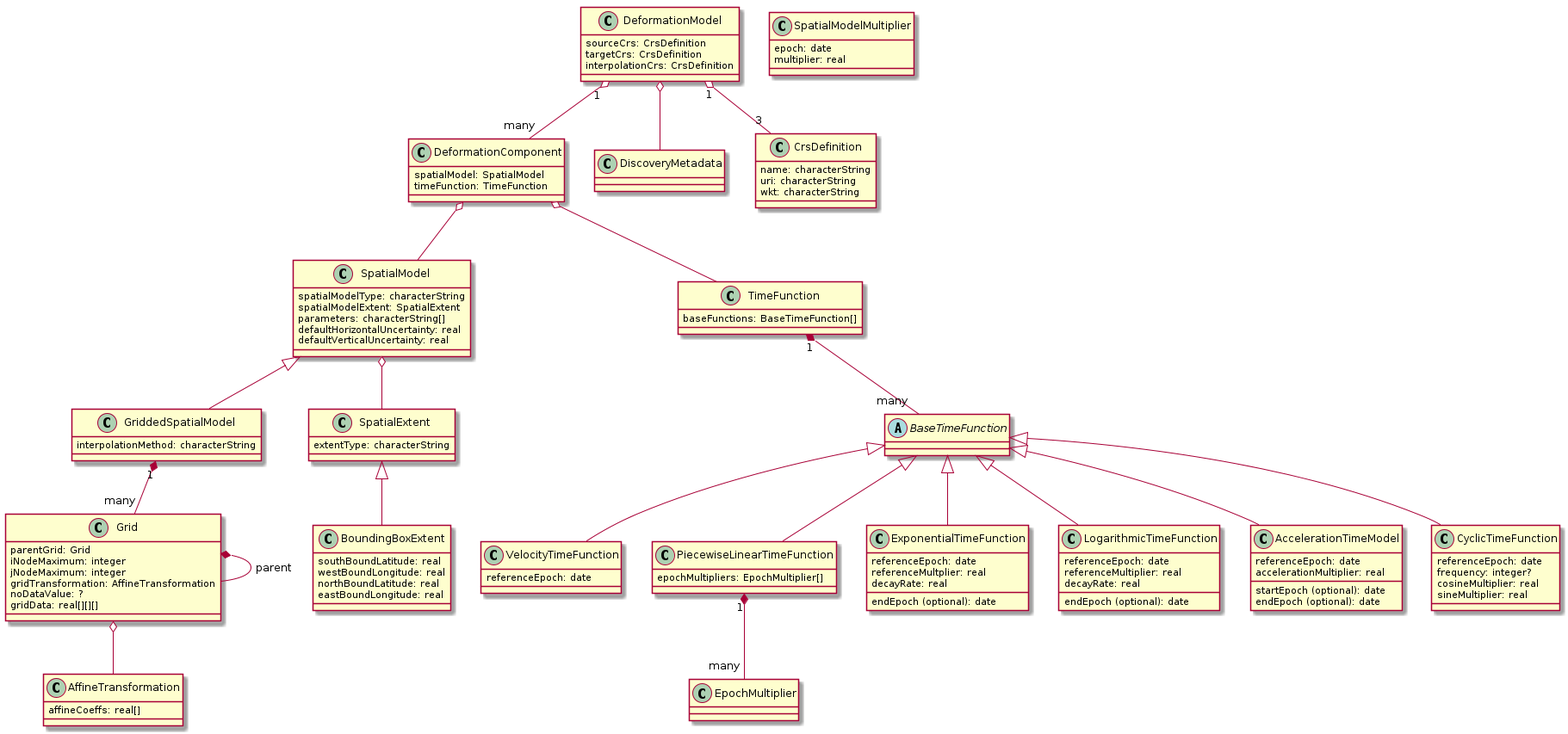
The PlantUML diagram uml_model/deformation_model.png in opengeospatial/CRS-Deformation-Models, before a commit.
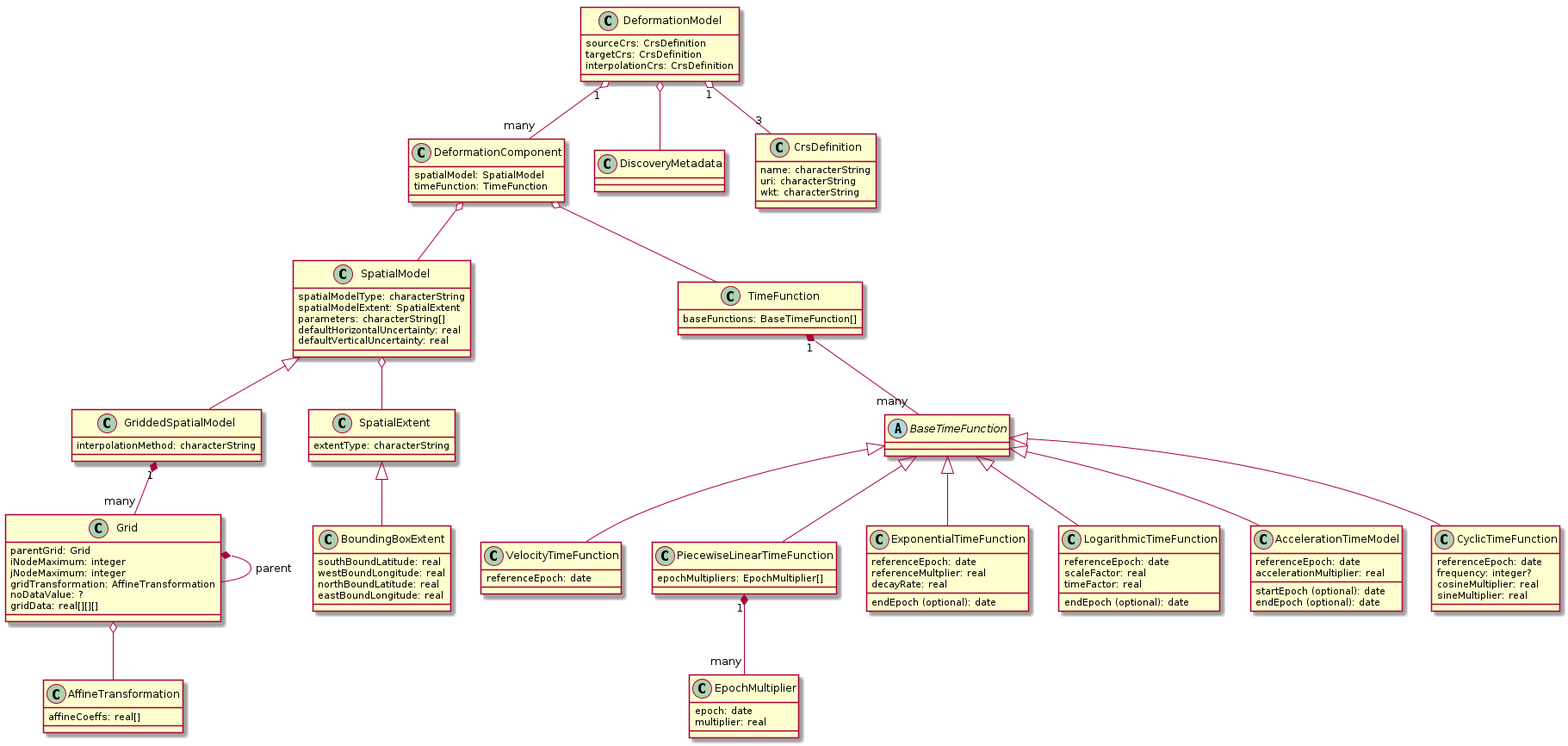
Later version of the same file.

The edit, as a diff of the source:
```diff
@@ -105,7 +105,7 @@
 }
 BaseTimeFunction <|-- PiecewiseLinearTimeFunction
 
-class SpatialModelMultiplier
+class EpochMultiplier
 {
     epoch: date
     multiplier: real
@@ -124,8 +124,8 @@
 class LogarithmicTimeFunction
 {
     referenceEpoch: date
-    referenceMultiplier: real
-    decayRate: real
+    scaleFactor: real
+    timeFactor: real
     endEpoch (optional): date
 }
 BaseTimeFunction <|-- LogarithmicTimeFunction
```
